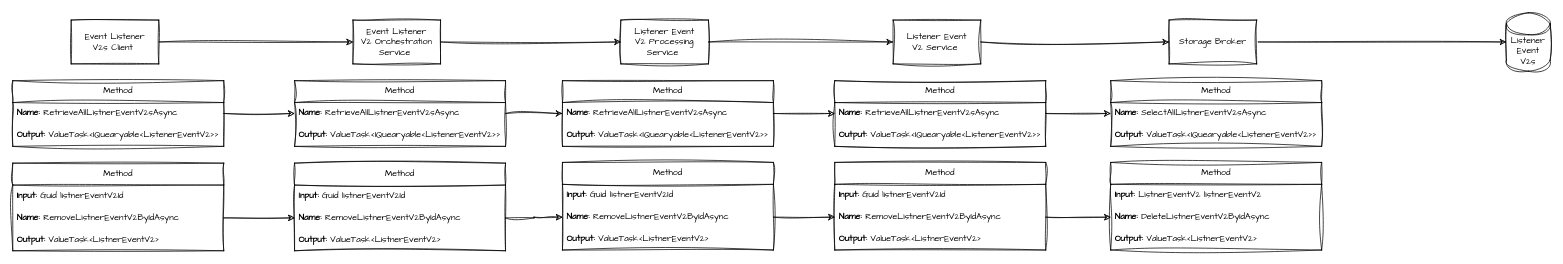
Earlier version of the draw.io diagram page "RETRIEVE ALL AND REMOVE LISTENER EVENTV2" (5 of 5) of EventHighway.Designs/EVENTS.drawio (hassanhabib/EventHighway). Source tidied: cells renumbered, new cells numbered last; positions are measured from the earlier drawing's top-left corner, leaving out a move shared by most shapes. Both pictures are drawn from the tidied source at 73%, with x=0, y=0 at pixel (12, 12).
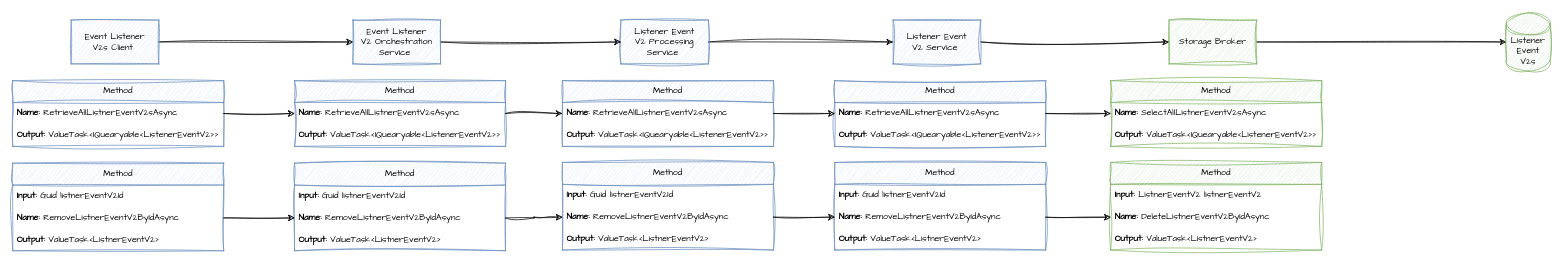
After the change.

Commit message:
STATUS: Retrieve All & Remove Listener Event V2 As Of 12-03-25

What changed in the source:
```diff
@@
-    <mxCell id="2" value="Method" style="swimlane;fontStyle=0;horizontal=1;startSize=30;whiteSpace=wrap;html=1;sketch=1;hachureGap=4;jiggle=2;curveFitting=1;fontFamily=Architects Daughter;" parent="1" vertex="1">
+    <mxCell id="2" value="Method" style="swimlane;fontStyle=0;horizontal=1;startSize=30;whiteSpace=wrap;html=1;sketch=1;hachureGap=4;jiggle=2;curveFitting=1;fontFamily=Architects Daughter;fillColor=#dae8fc;strokeColor=#6c8ebf;" parent="1" vertex="1">
       <mxGeometry y="93" width="289" height="90" as="geometry" />
     </mxCell>
@@
-    <mxCell id="5" value="Method" style="swimlane;fontStyle=0;horizontal=1;startSize=30;whiteSpace=wrap;html=1;sketch=1;hachureGap=4;jiggle=2;curveFitting=1;fontFamily=Architects Daughter;" parent="1" vertex="1">
+    <mxCell id="5" value="Method" style="swimlane;fontStyle=0;horizontal=1;startSize=30;whiteSpace=wrap;html=1;sketch=1;hachureGap=4;jiggle=2;curveFitting=1;fontFamily=Architects Daughter;fillColor=#dae8fc;strokeColor=#6c8ebf;" parent="1" vertex="1">
       <mxGeometry y="206" width="289" height="120" as="geometry" />
     </mxCell>
@@
-    <mxCell id="9" value="Method" style="swimlane;fontStyle=0;horizontal=1;startSize=30;whiteSpace=wrap;html=1;sketch=1;hachureGap=4;jiggle=2;curveFitting=1;fontFamily=Architects Daughter;" parent="1" vertex="1">
+    <mxCell id="9" value="Method" style="swimlane;fontStyle=0;horizontal=1;startSize=30;whiteSpace=wrap;html=1;sketch=1;hachureGap=4;jiggle=2;curveFitting=1;fontFamily=Architects Daughter;fillColor=#dae8fc;strokeColor=#6c8ebf;" parent="1" vertex="1">
       <mxGeometry x="386" y="93" width="289" height="90" as="geometry" />
     </mxCell>
@@
-    <mxCell id="12" value="Method" style="swimlane;fontStyle=0;horizontal=1;startSize=30;whiteSpace=wrap;html=1;sketch=1;hachureGap=4;jiggle=2;curveFitting=1;fontFamily=Architects Daughter;" parent="1" vertex="1">
+    <mxCell id="12" value="Method" style="swimlane;fontStyle=0;horizontal=1;startSize=30;whiteSpace=wrap;html=1;sketch=1;hachureGap=4;jiggle=2;curveFitting=1;fontFamily=Architects Daughter;fillColor=#dae8fc;strokeColor=#6c8ebf;" parent="1" vertex="1">
       <mxGeometry x="386" y="206" width="289" height="120" as="geometry" />
     </mxCell>
@@
-    <mxCell id="18" value="Method" style="swimlane;fontStyle=0;horizontal=1;startSize=30;whiteSpace=wrap;html=1;sketch=1;hachureGap=4;jiggle=2;curveFitting=1;fontFamily=Architects Daughter;" parent="1" vertex="1">
+    <mxCell id="18" value="Method" style="swimlane;fontStyle=0;horizontal=1;startSize=30;whiteSpace=wrap;html=1;sketch=1;hachureGap=4;jiggle=2;curveFitting=1;fontFamily=Architects Daughter;fillColor=#dae8fc;strokeColor=#6c8ebf;" parent="1" vertex="1">
       <mxGeometry x="753" y="93" width="289" height="90" as="geometry" />
     </mxCell>
@@
-    <mxCell id="21" value="Method" style="swimlane;fontStyle=0;horizontal=1;startSize=30;whiteSpace=wrap;html=1;sketch=1;hachureGap=4;jiggle=2;curveFitting=1;fontFamily=Architects Daughter;" parent="1" vertex="1">
+    <mxCell id="21" value="Method" style="swimlane;fontStyle=0;horizontal=1;startSize=30;whiteSpace=wrap;html=1;sketch=1;hachureGap=4;jiggle=2;curveFitting=1;fontFamily=Architects Daughter;fillColor=#dae8fc;strokeColor=#6c8ebf;" parent="1" vertex="1">
       <mxGeometry x="753" y="205" width="289" height="120" as="geometry" />
     </mxCell>
@@
-    <mxCell id="25" value="Method" style="swimlane;fontStyle=0;horizontal=1;startSize=30;whiteSpace=wrap;html=1;sketch=1;hachureGap=4;jiggle=2;curveFitting=1;fontFamily=Architects Daughter;" parent="1" vertex="1">
+    <mxCell id="25" value="Method" style="swimlane;fontStyle=0;horizontal=1;startSize=30;whiteSpace=wrap;html=1;sketch=1;hachureGap=4;jiggle=2;curveFitting=1;fontFamily=Architects Daughter;fillColor=#dae8fc;strokeColor=#6c8ebf;" parent="1" vertex="1">
       <mxGeometry x="1126" y="93" width="289" height="90" as="geometry" />
     </mxCell>
@@
-    <mxCell id="28" value="Method" style="swimlane;fontStyle=0;horizontal=1;startSize=30;whiteSpace=wrap;html=1;sketch=1;hachureGap=4;jiggle=2;curveFitting=1;fontFamily=Architects Daughter;" parent="1" vertex="1">
+    <mxCell id="28" value="Method" style="swimlane;fontStyle=0;horizontal=1;startSize=30;whiteSpace=wrap;html=1;sketch=1;hachureGap=4;jiggle=2;curveFitting=1;fontFamily=Architects Daughter;fillColor=#dae8fc;strokeColor=#6c8ebf;" parent="1" vertex="1">
       <mxGeometry x="1126" y="205" width="289" height="120" as="geometry" />
     </mxCell>
@@
-    <mxCell id="34" value="Method" style="swimlane;fontStyle=0;horizontal=1;startSize=30;whiteSpace=wrap;html=1;sketch=1;hachureGap=4;jiggle=2;curveFitting=1;fontFamily=Architects Daughter;" parent="1" vertex="1">
+    <mxCell id="34" value="Method" style="swimlane;fontStyle=0;horizontal=1;startSize=30;whiteSpace=wrap;html=1;sketch=1;hachureGap=4;jiggle=2;curveFitting=1;fontFamily=Architects Daughter;fillColor=#d5e8d4;strokeColor=#82b366;" parent="1" vertex="1">
       <mxGeometry x="1504" y="93" width="289" height="90" as="geometry" />
     </mxCell>
@@
-    <mxCell id="37" value="Method" style="swimlane;fontStyle=0;horizontal=1;startSize=30;whiteSpace=wrap;html=1;sketch=1;hachureGap=4;jiggle=2;curveFitting=1;fontFamily=Architects Daughter;" parent="1" vertex="1">
+    <mxCell id="37" value="Method" style="swimlane;fontStyle=0;horizontal=1;startSize=30;whiteSpace=wrap;html=1;sketch=1;hachureGap=4;jiggle=2;curveFitting=1;fontFamily=Architects Daughter;fillColor=#d5e8d4;strokeColor=#82b366;" parent="1" vertex="1">
       <mxGeometry x="1504" y="205" width="289" height="120" as="geometry" />
     </mxCell>
@@
-    <mxCell id="44" value="Listener Event&lt;div&gt;V2 Processing&lt;/div&gt;&lt;div&gt;&lt;span style=&quot;background-color: transparent; color: light-dark(rgb(0, 0, 0), rgb(255, 255, 255));&quot;&gt;Service&amp;nbsp;&lt;/span&gt;&lt;/div&gt;" style="rounded=0;whiteSpace=wrap;html=1;sketch=1;hachureGap=4;jiggle=2;curveFitting=1;fontFamily=Architects Daughter;" parent="1" vertex="1">
+    <mxCell id="44" value="Listener Event&lt;div&gt;V2 Processing&lt;/div&gt;&lt;div&gt;&lt;span style=&quot;background-color: transparent; color: light-dark(rgb(0, 0, 0), rgb(255, 255, 255));&quot;&gt;Service&amp;nbsp;&lt;/span&gt;&lt;/div&gt;" style="rounded=0;whiteSpace=wrap;html=1;sketch=1;hachureGap=4;jiggle=2;curveFitting=1;fontFamily=Architects Daughter;fillColor=#dae8fc;strokeColor=#6c8ebf;" parent="1" vertex="1">
       <mxGeometry x="833" y="10" width="120" height="60" as="geometry" />
     </mxCell>
@@
-    <mxCell id="46" value="Listener Event&lt;div&gt;V2 &lt;span style=&quot;background-color: transparent; color: light-dark(rgb(0, 0, 0), rgb(255, 255, 255));&quot;&gt;Service&amp;nbsp;&lt;/span&gt;&lt;/div&gt;" style="rounded=0;whiteSpace=wrap;html=1;sketch=1;hachureGap=4;jiggle=2;curveFitting=1;fontFamily=Architects Daughter;" parent="1" vertex="1">
+    <mxCell id="46" value="Listener Event&lt;div&gt;V2 &lt;span style=&quot;background-color: transparent; color: light-dark(rgb(0, 0, 0), rgb(255, 255, 255));&quot;&gt;Service&amp;nbsp;&lt;/span&gt;&lt;/div&gt;" style="rounded=0;whiteSpace=wrap;html=1;sketch=1;hachureGap=4;jiggle=2;curveFitting=1;fontFamily=Architects Daughter;fillColor=#dae8fc;strokeColor=#6c8ebf;" parent="1" vertex="1">
       <mxGeometry x="1206" y="10" width="120" height="60" as="geometry" />
     </mxCell>
@@
-    <mxCell id="48" value="Storage Broker" style="rounded=0;whiteSpace=wrap;html=1;sketch=1;hachureGap=4;jiggle=2;curveFitting=1;fontFamily=Architects Daughter;" parent="1" vertex="1">
+    <mxCell id="48" value="Storage Broker" style="rounded=0;whiteSpace=wrap;html=1;sketch=1;hachureGap=4;jiggle=2;curveFitting=1;fontFamily=Architects Daughter;fillColor=#d5e8d4;strokeColor=#82b366;" parent="1" vertex="1">
       <mxGeometry x="1584" y="10" width="120" height="60" as="geometry" />
     </mxCell>
-    <mxCell id="49" value="&lt;span style=&quot;background-color: transparent; color: light-dark(rgb(0, 0, 0), rgb(255, 255, 255));&quot;&gt;Listener&lt;/span&gt;&lt;div&gt;Event&lt;br&gt;&lt;div&gt;&lt;span style=&quot;background-color: transparent; color: light-dark(rgb(0, 0, 0), rgb(255, 255, 255));&quot;&gt;V2s&lt;/span&gt;&lt;/div&gt;&lt;/div&gt;" style="shape=cylinder3;whiteSpace=wrap;html=1;boundedLbl=1;backgroundOutline=1;size=15;sketch=1;hachureGap=4;jiggle=2;curveFitting=1;fontFamily=Architects Daughter;" parent="1" vertex="1">
+    <mxCell id="49" value="&lt;span style=&quot;background-color: transparent; color: light-dark(rgb(0, 0, 0), rgb(255, 255, 255));&quot;&gt;Listener&lt;/span&gt;&lt;div&gt;Event&lt;br&gt;&lt;div&gt;&lt;span style=&quot;background-color: transparent; color: light-dark(rgb(0, 0, 0), rgb(255, 255, 255));&quot;&gt;V2s&lt;/span&gt;&lt;/div&gt;&lt;/div&gt;" style="shape=cylinder3;whiteSpace=wrap;html=1;boundedLbl=1;backgroundOutline=1;size=15;sketch=1;hachureGap=4;jiggle=2;curveFitting=1;fontFamily=Architects Daughter;fillColor=#d5e8d4;strokeColor=#82b366;" parent="1" vertex="1">
       <mxGeometry x="2046" width="60" height="80" as="geometry" />
     </mxCell>
@@
-    <mxCell id="53" value="Event Listener&lt;div&gt;V2s&amp;nbsp;&lt;span style=&quot;background-color: transparent; color: light-dark(rgb(0, 0, 0), rgb(255, 255, 255));&quot;&gt;Client&amp;nbsp;&lt;/span&gt;&lt;/div&gt;" style="rounded=0;whiteSpace=wrap;html=1;sketch=1;hachureGap=4;jiggle=2;curveFitting=1;fontFamily=Architects Daughter;" parent="1" vertex="1">
+    <mxCell id="53" value="Event Listener&lt;div&gt;V2s&amp;nbsp;&lt;span style=&quot;background-color: transparent; color: light-dark(rgb(0, 0, 0), rgb(255, 255, 255));&quot;&gt;Client&amp;nbsp;&lt;/span&gt;&lt;/div&gt;" style="rounded=0;whiteSpace=wrap;html=1;sketch=1;hachureGap=4;jiggle=2;curveFitting=1;fontFamily=Architects Daughter;fillColor=#dae8fc;strokeColor=#6c8ebf;" parent="1" vertex="1">
       <mxGeometry x="80" y="10" width="120" height="60" as="geometry" />
     </mxCell>
@@
-    <mxCell id="55" value="Event Listener&lt;div&gt;V2 Orchestration&lt;/div&gt;&lt;div&gt;&lt;span style=&quot;background-color: transparent; color: light-dark(rgb(0, 0, 0), rgb(255, 255, 255));&quot;&gt;Service&amp;nbsp;&lt;/span&gt;&lt;/div&gt;" style="rounded=0;whiteSpace=wrap;html=1;sketch=1;hachureGap=4;jiggle=2;curveFitting=1;fontFamily=Architects Daughter;" parent="1" vertex="1">
+    <mxCell id="55" value="Event Listener&lt;div&gt;V2 Orchestration&lt;/div&gt;&lt;div&gt;&lt;span style=&quot;background-color: transparent; color: light-dark(rgb(0, 0, 0), rgb(255, 255, 255));&quot;&gt;Service&amp;nbsp;&lt;/span&gt;&lt;/div&gt;" style="rounded=0;whiteSpace=wrap;html=1;sketch=1;hachureGap=4;jiggle=2;curveFitting=1;fontFamily=Architects Daughter;fillColor=#dae8fc;strokeColor=#6c8ebf;" parent="1" vertex="1">
       <mxGeometry x="466" y="10" width="120" height="60" as="geometry" />
     </mxCell>
```
